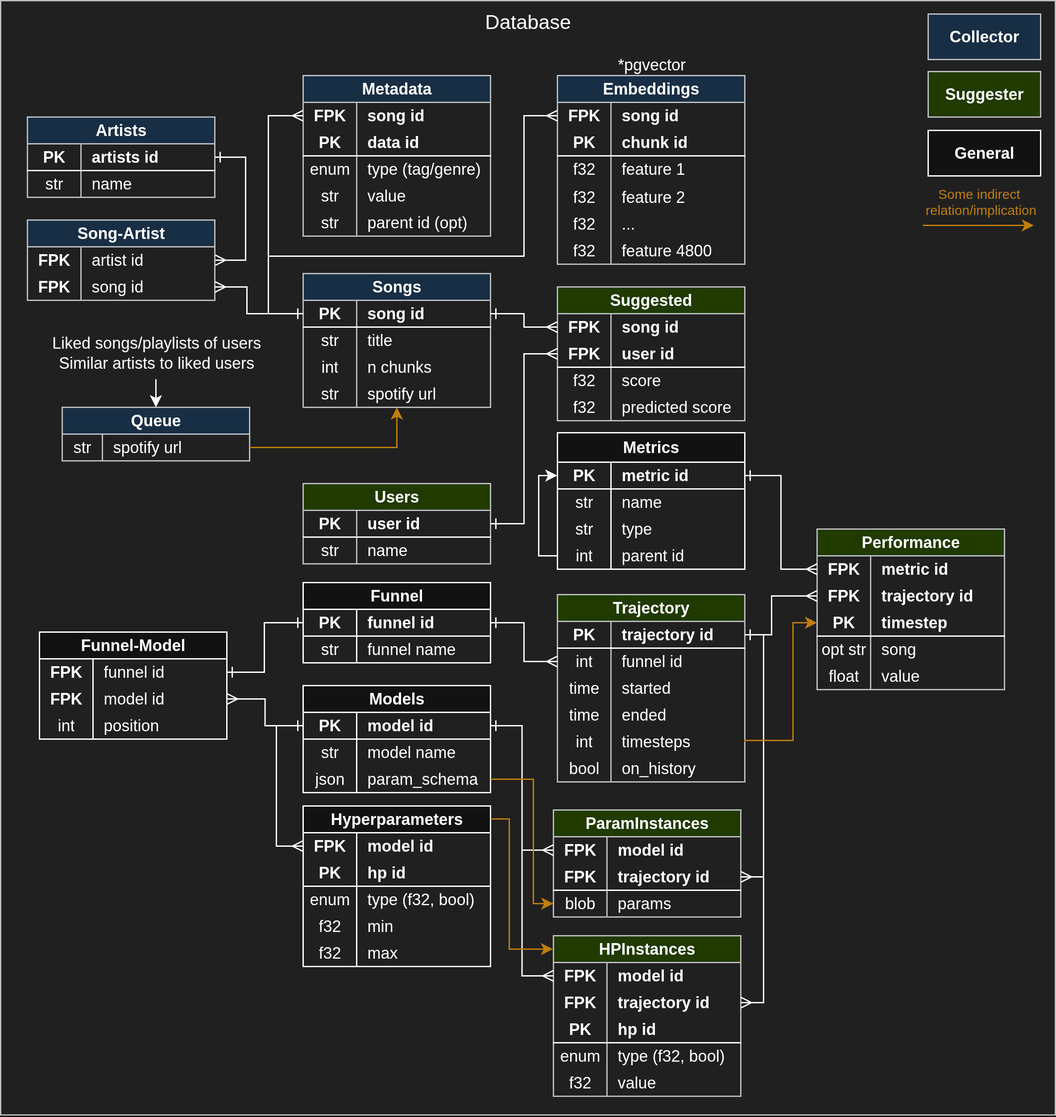
RobertvdLeeuw/suggest keeps this draw.io diagram as DB_schema.png. Above is the earlier version. Source tidied: cells renumbered, new cells last; positions are measured from the earlier drawing's top-left corner, leaving out a move shared by most shapes.
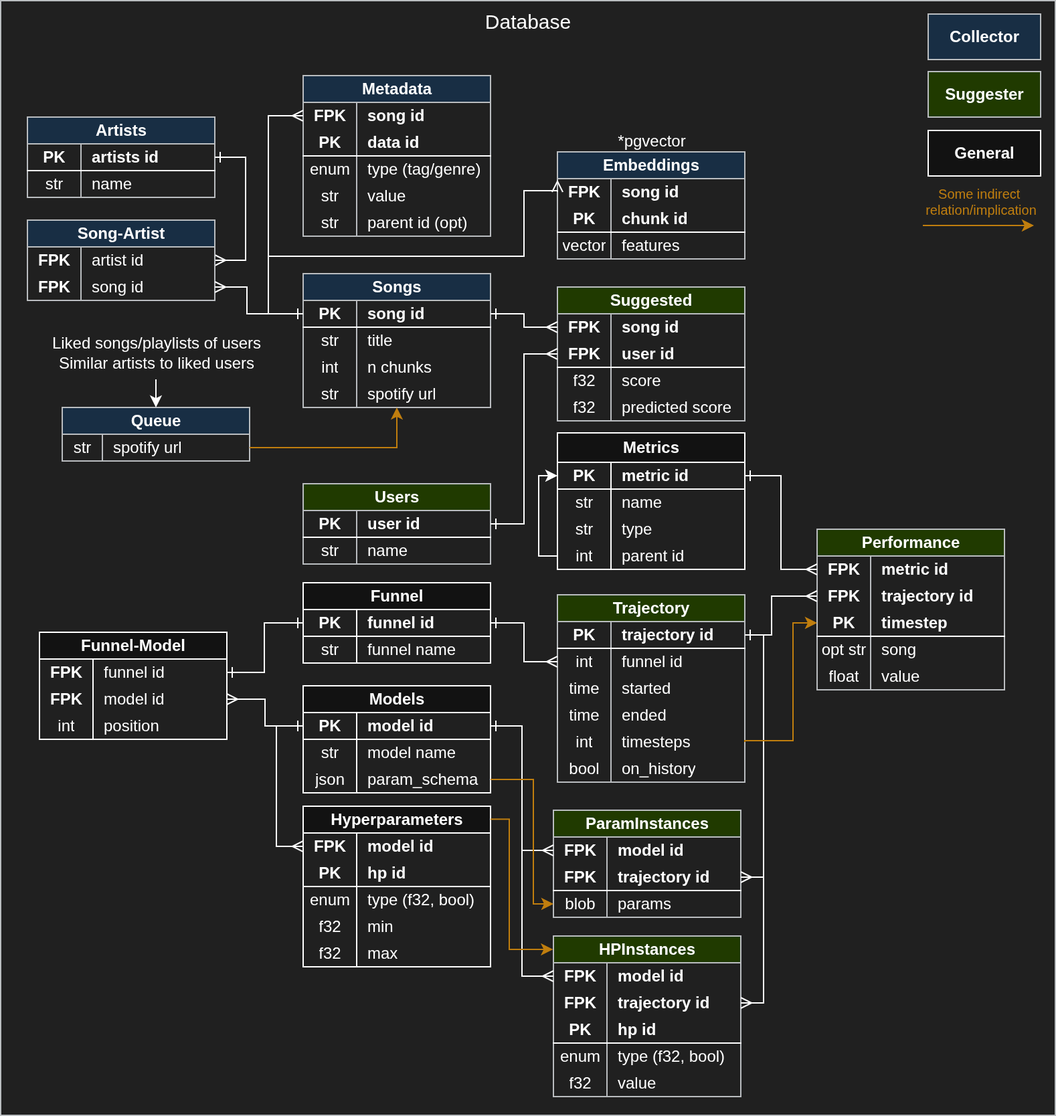
After the commit.

The edit, as a diff of the source:
```diff
@@ -14,7 +14,7 @@
       </mxGeometry>
     </mxCell>
     <mxCell id="4" value="Embeddings" style="shape=table;startSize=20;rowLines=0;fontStyle=1;align=center;html=1;whiteSpace=wrap;fillColor=#cce5ff;strokeColor=#36393d;" parent="1" vertex="1">
-      <mxGeometry x="416" y="56" width="140" height="141" as="geometry" />
+      <mxGeometry x="416" y="113" width="140" height="80" as="geometry" />
     </mxCell>
     <mxCell id="5" style="shape=tableRow;horizontal=0;startSize=0;swimlaneHead=0;swimlaneBody=0;fillColor=none;points=[[0,0.5],[1,0.5]];portConstraint=eastwest;top=0;left=0;right=0;bottom=0;html=1;" parent="4" vertex="1">
       <mxGeometry y="20" width="140" height="20" as="geometry" />
@@ -37,39 +37,12 @@
     <mxCell id="11" style="shape=tableRow;horizontal=0;startSize=0;swimlaneHead=0;swimlaneBody=0;fillColor=none;top=0;left=0;right=0;bottom=0;html=1;" parent="4" vertex="1">
       <mxGeometry y="60" width="140" height="20" as="geometry" />
     </mxCell>
-    <mxCell id="12" value="f32" style="shape=partialRectangle;fillColor=none;top=0;left=0;bottom=0;right=0;overflow=hidden;html=1;whiteSpace=wrap;" parent="11" vertex="1">
+    <mxCell id="12" value="vector" style="shape=partialRectangle;fillColor=none;top=0;left=0;bottom=0;right=0;overflow=hidden;html=1;whiteSpace=wrap;" parent="11" vertex="1">
       <mxGeometry width="40" height="20" as="geometry" />
     </mxCell>
-    <mxCell id="13" value="feature 1" style="shape=partialRectangle;fillColor=none;top=0;left=0;bottom=0;right=0;align=left;spacingLeft=6;overflow=hidden;html=1;whiteSpace=wrap;" parent="11" vertex="1">
+    <mxCell id="13" value="features" style="shape=partialRectangle;fillColor=none;top=0;left=0;bottom=0;right=0;align=left;spacingLeft=6;overflow=hidden;html=1;whiteSpace=wrap;" parent="11" vertex="1">
       <mxGeometry x="40" width="100" height="20" as="geometry" />
     </mxCell>
-    <mxCell id="14" style="shape=tableRow;horizontal=0;startSize=0;swimlaneHead=0;swimlaneBody=0;fillColor=none;top=0;left=0;right=0;bottom=0;html=1;" parent="4" vertex="1">
-      <mxGeometry y="80" width="140" height="21" as="geometry" />
-    </mxCell>
-    <mxCell id="15" value="f32" style="shape=partialRectangle;fillColor=none;top=0;left=0;bottom=0;right=0;overflow=hidden;html=1;whiteSpace=wrap;" parent="14" vertex="1">
-      <mxGeometry width="40" height="21" as="geometry" />
-    </mxCell>
-    <mxCell id="16" value="feature 2" style="shape=partialRectangle;fillColor=none;top=0;left=0;bottom=0;right=0;align=left;spacingLeft=6;overflow=hidden;html=1;whiteSpace=wrap;" parent="14" vertex="1">
-      <mxGeometry x="40" width="100" height="21" as="geometry" />
-    </mxCell>
-    <mxCell id="17" style="shape=tableRow;horizontal=0;startSize=0;swimlaneHead=0;swimlaneBody=0;fillColor=none;top=0;left=0;right=0;bottom=0;html=1;" parent="4" vertex="1">
-      <mxGeometry y="101" width="140" height="20" as="geometry" />
-    </mxCell>
-    <mxCell id="18" value="f32" style="shape=partialRectangle;fillColor=none;top=0;left=0;bottom=0;right=0;overflow=hidden;html=1;whiteSpace=wrap;" parent="17" vertex="1">
-      <mxGeometry width="40" height="20" as="geometry" />
-    </mxCell>
-    <mxCell id="19" value="..." style="shape=partialRectangle;fillColor=none;top=0;left=0;bottom=0;right=0;align=left;spacingLeft=6;overflow=hidden;html=1;whiteSpace=wrap;" parent="17" vertex="1">
-      <mxGeometry x="40" width="100" height="20" as="geometry" />
-    </mxCell>
-    <mxCell id="20" style="shape=tableRow;horizontal=0;startSize=0;swimlaneHead=0;swimlaneBody=0;fillColor=none;top=0;left=0;right=0;bottom=0;html=1;" parent="4" vertex="1">
-      <mxGeometry y="121" width="140" height="20" as="geometry" />
-    </mxCell>
-    <mxCell id="21" value="f32" style="shape=partialRectangle;fillColor=none;top=0;left=0;bottom=0;right=0;overflow=hidden;html=1;whiteSpace=wrap;" parent="20" vertex="1">
-      <mxGeometry width="40" height="20" as="geometry" />
-    </mxCell>
-    <mxCell id="22" value="feature 4800" style="shape=partialRectangle;fillColor=none;top=0;left=0;bottom=0;right=0;align=left;spacingLeft=6;overflow=hidden;html=1;whiteSpace=wrap;" parent="20" vertex="1">
-      <mxGeometry x="40" width="100" height="20" as="geometry" />
-    </mxCell>
     <mxCell id="23" value="Songs" style="shape=table;startSize=20;rowLines=0;fontStyle=1;align=center;html=1;whiteSpace=wrap;fillColor=#cce5ff;strokeColor=#36393d;" parent="1" vertex="1">
       <mxGeometry x="226" y="204" width="140" height="100" as="geometry" />
     </mxCell>
@@ -235,7 +208,8 @@
           <mxPoint x="200" y="234" />
           <mxPoint x="200" y="191" />
           <mxPoint x="391" y="191" />
-          <mxPoint x="391" y="86" />
+          <mxPoint x="391" y="142" />
+          <mxPoint x="416" y="142" />
         </Array>
       </mxGeometry>
     </mxCell>
@@ -335,7 +309,7 @@
       <mxGeometry relative="1" as="geometry" />
     </mxCell>
     <mxCell id="107" value="*pgvector" style="text;html=1;align=center;verticalAlign=middle;strokeColor=none;fillColor=none;" parent="1" vertex="1">
-      <mxGeometry x="451.5" y="35" width="69" height="26" as="geometry" />
+      <mxGeometry x="451.5" y="92" width="69" height="26" as="geometry" />
     </mxCell>
     <mxCell id="108" value="Metrics" style="shape=table;startSize=22;rowLines=0;fontStyle=1;align=center;html=1;whiteSpace=wrap;" parent="1" vertex="1">
       <mxGeometry x="416" y="323" width="140" height="102" as="geometry" />
```
